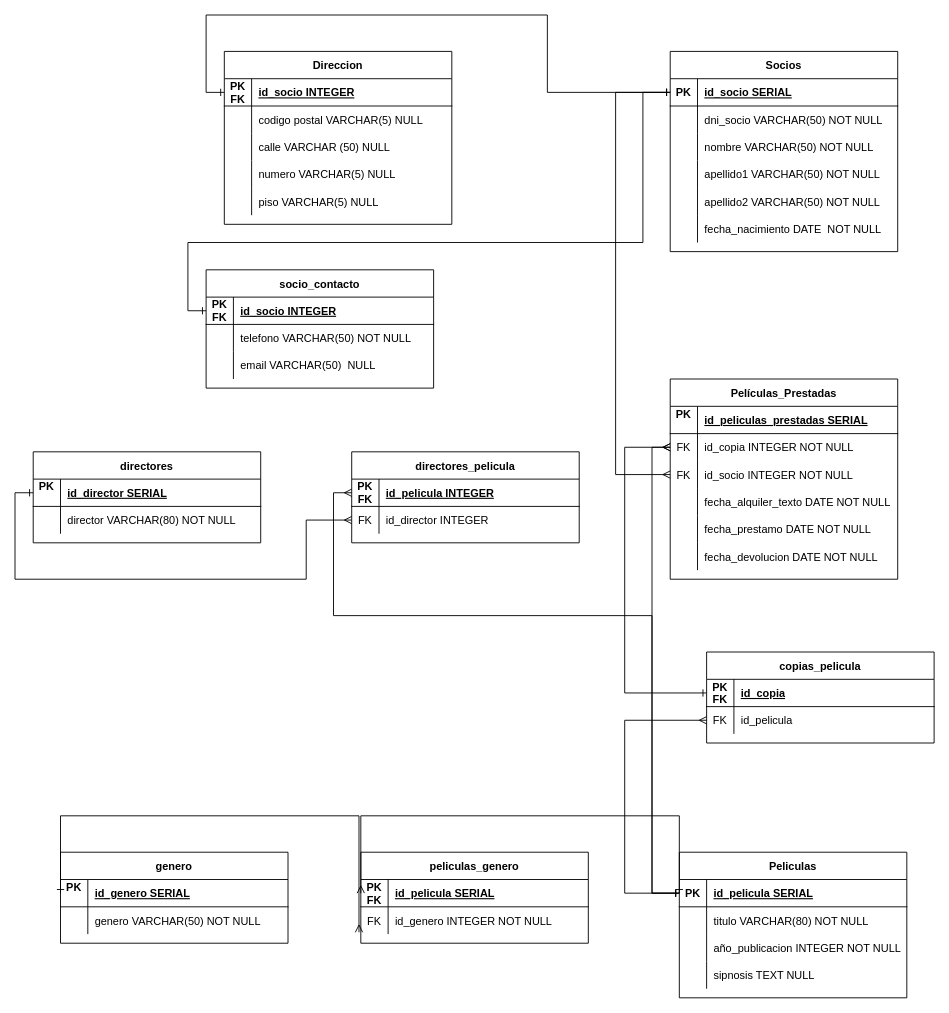
Balexo/modelados_datos_sql keeps this draw.io diagram as videoclub.drawio. Above is the earlier version. Source tidied: cells renumbered, new cells numbered last; positions are measured from the earlier drawing's top-left corner, leaving out a move shared by most shapes. Both pictures are drawn from the tidied source at 91%, with x=0, y=0 at pixel (15, 15).
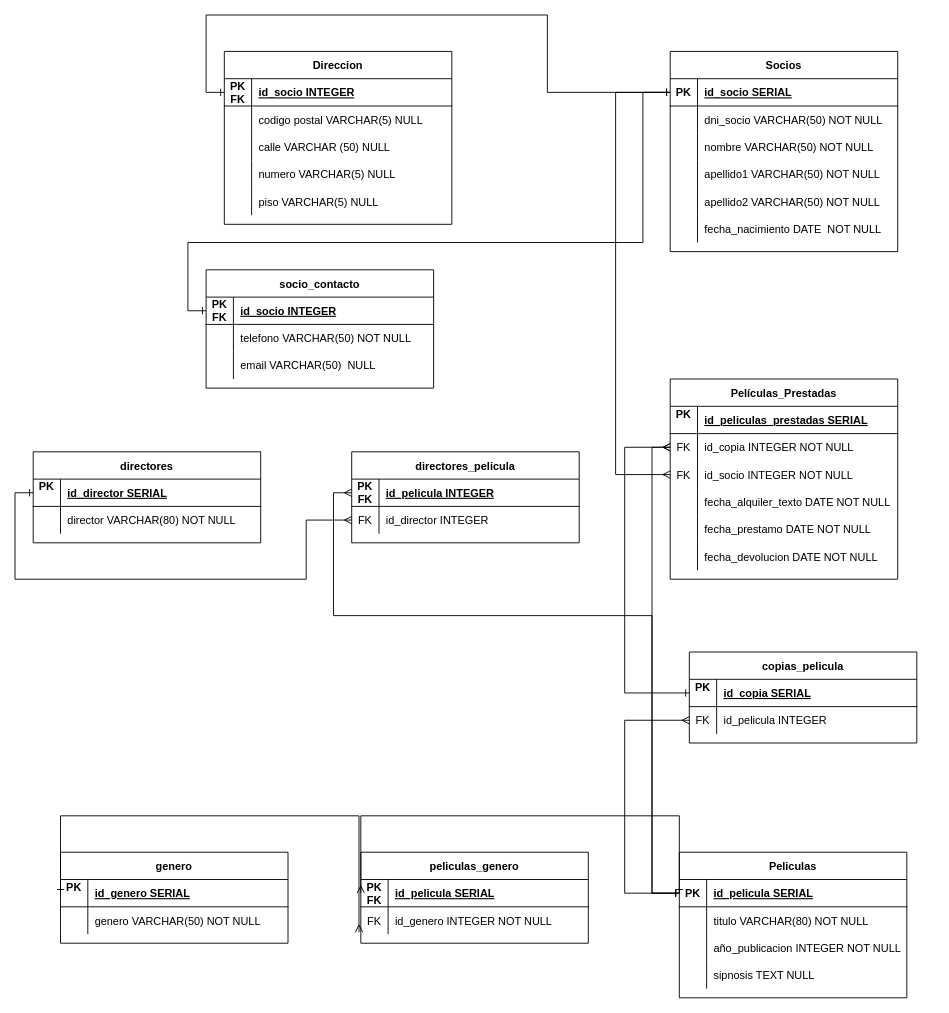
The same diagram, later.

Commit message:
Modificado gráfico videoclub.drawio para añadir el tipo de campo

The change refers to these unchanged cells:
```xml
<mxCell id="116" style="shape=partialRectangle;fillColor=none;points=[[0,0.5],[1,0.5]];portConstraint=eastwest;top=0;left=0;right=0;bottom=1;" parent="115" vertex="1">
  <mxGeometry y="30" width="250" height="30" as="geometry" />
</mxCell>
<mxCell id="119" style="shape=partialRectangle;fillColor=none;points=[[0,0.5],[1,0.5]];portConstraint=eastwest;top=0;left=0;right=0;bottom=0;" parent="115" vertex="1">
  <mxGeometry y="60" width="250" height="30" as="geometry" />
</mxCell>
```

What changed in the source:
```diff
@@
     <mxCell id="115" value="copias_pelicula" style="shape=table;startSize=30;childLayout=tableLayout;rowLines=0;fontStyle=1;align=center;" parent="1" vertex="1">
-      <mxGeometry x="760" y="700" width="250" height="100" as="geometry" />
+      <mxGeometry x="741" y="700" width="250" height="100" as="geometry" />
     </mxCell>
@@
-    <mxCell id="117" value="PK&#10;FK&#10;" style="shape=partialRectangle;overflow=hidden;fillColor=none;top=0;left=0;bottom=0;right=0;fontStyle=1;" parent="116" vertex="1">
+    <mxCell id="117" value="PK&#10;" style="shape=partialRectangle;overflow=hidden;fillColor=none;top=0;left=0;bottom=0;right=0;fontStyle=1;" parent="116" vertex="1">
       <mxGeometry width="30" height="30" as="geometry" />
     </mxCell>
-    <mxCell id="118" value="id_copia" style="shape=partialRectangle;overflow=hidden;fillColor=none;top=0;left=0;bottom=0;right=0;align=left;spacingLeft=6;fontStyle=5;" parent="116" vertex="1">
+    <mxCell id="118" value="id_copia SERIAL" style="shape=partialRectangle;overflow=hidden;fillColor=none;top=0;left=0;bottom=0;right=0;align=left;spacingLeft=6;fontStyle=5;" parent="116" vertex="1">
       <mxGeometry x="30" width="220" height="30" as="geometry" />
     </mxCell>
@@
-    <mxCell id="121" value="id_pelicula" style="shape=partialRectangle;overflow=hidden;fillColor=none;top=0;left=0;bottom=0;right=0;align=left;spacingLeft=6;" parent="119" vertex="1">
+    <mxCell id="121" value="id_pelicula INTEGER" style="shape=partialRectangle;overflow=hidden;fillColor=none;top=0;left=0;bottom=0;right=0;align=left;spacingLeft=6;" parent="119" vertex="1">
       <mxGeometry x="30" width="220" height="30" as="geometry" />
     </mxCell>
```
